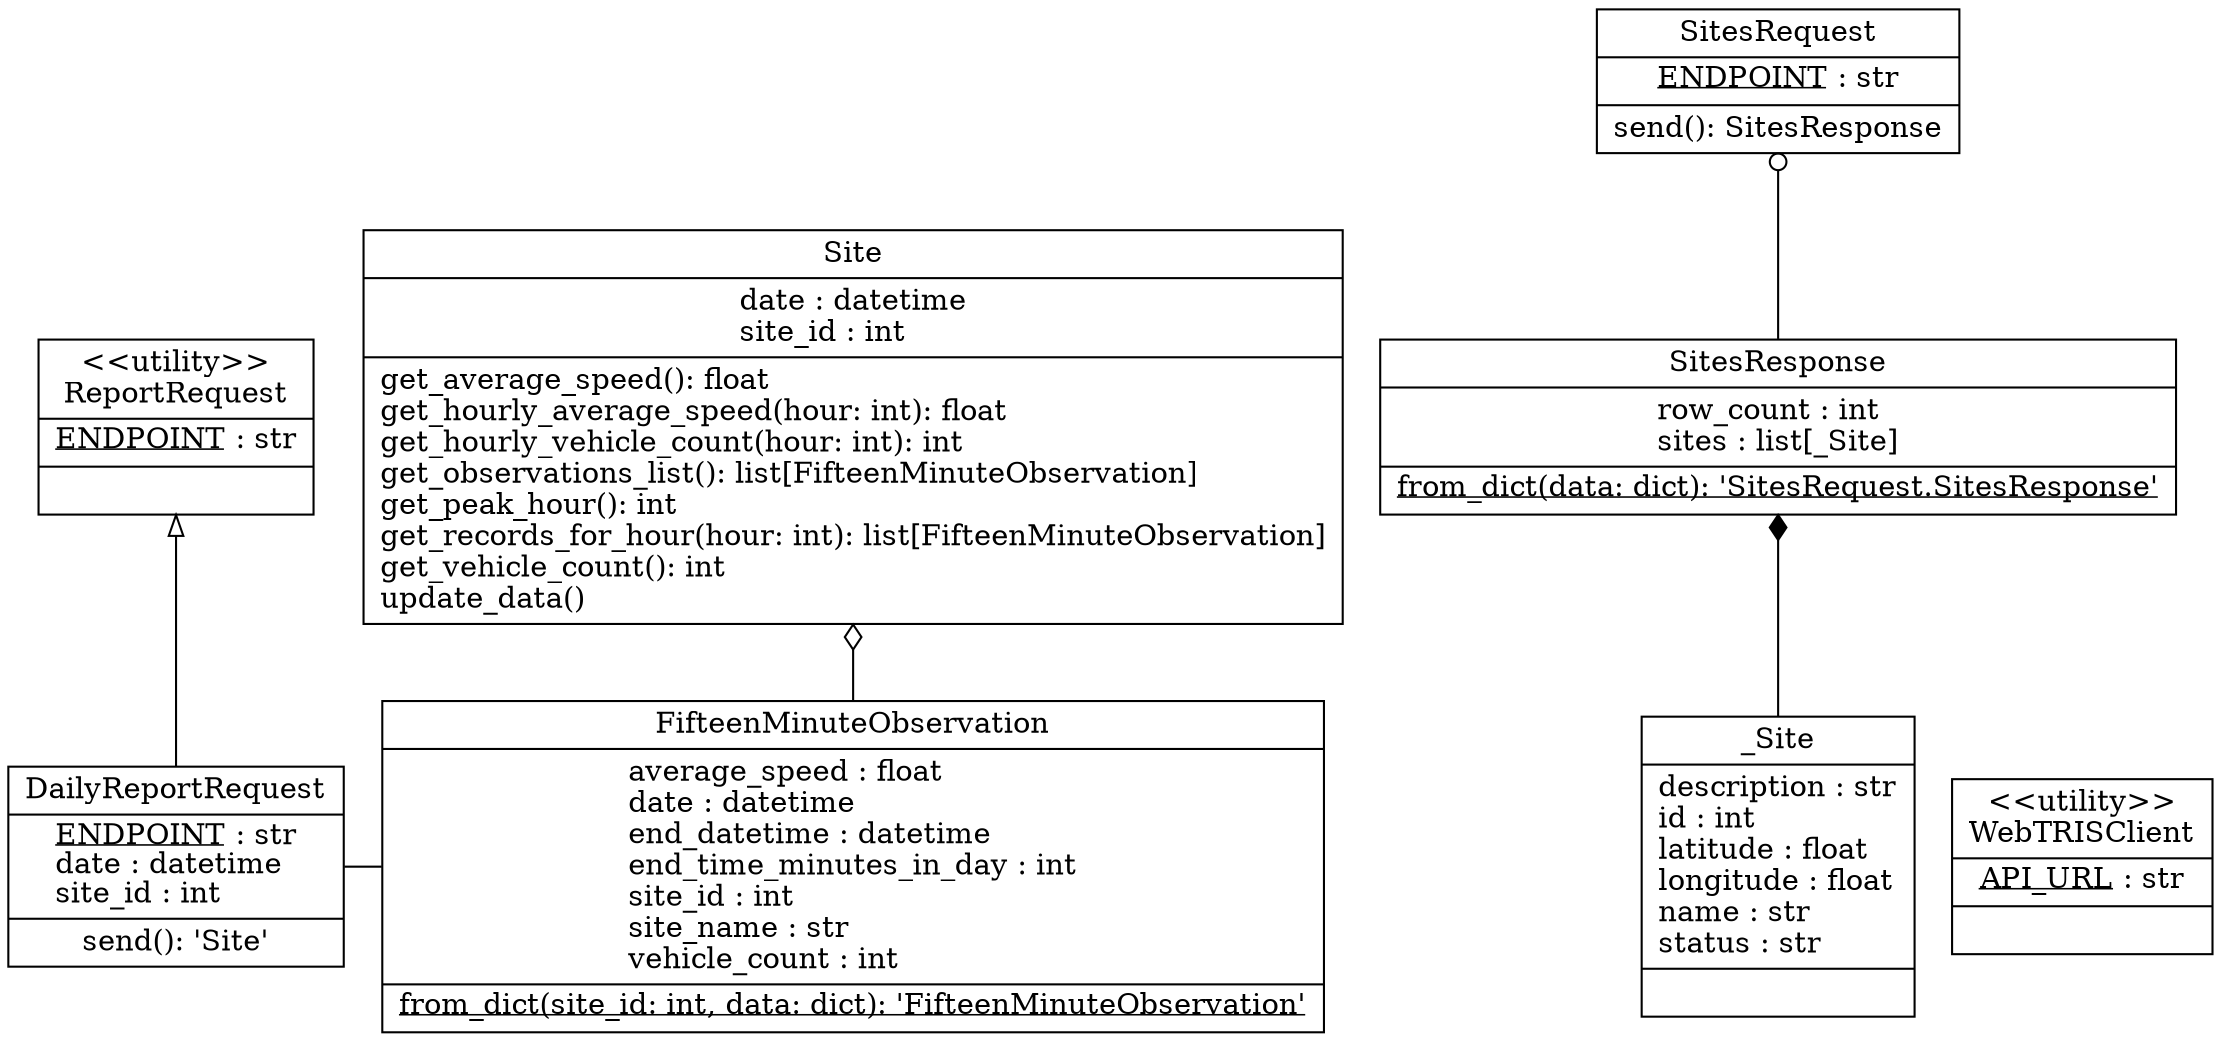
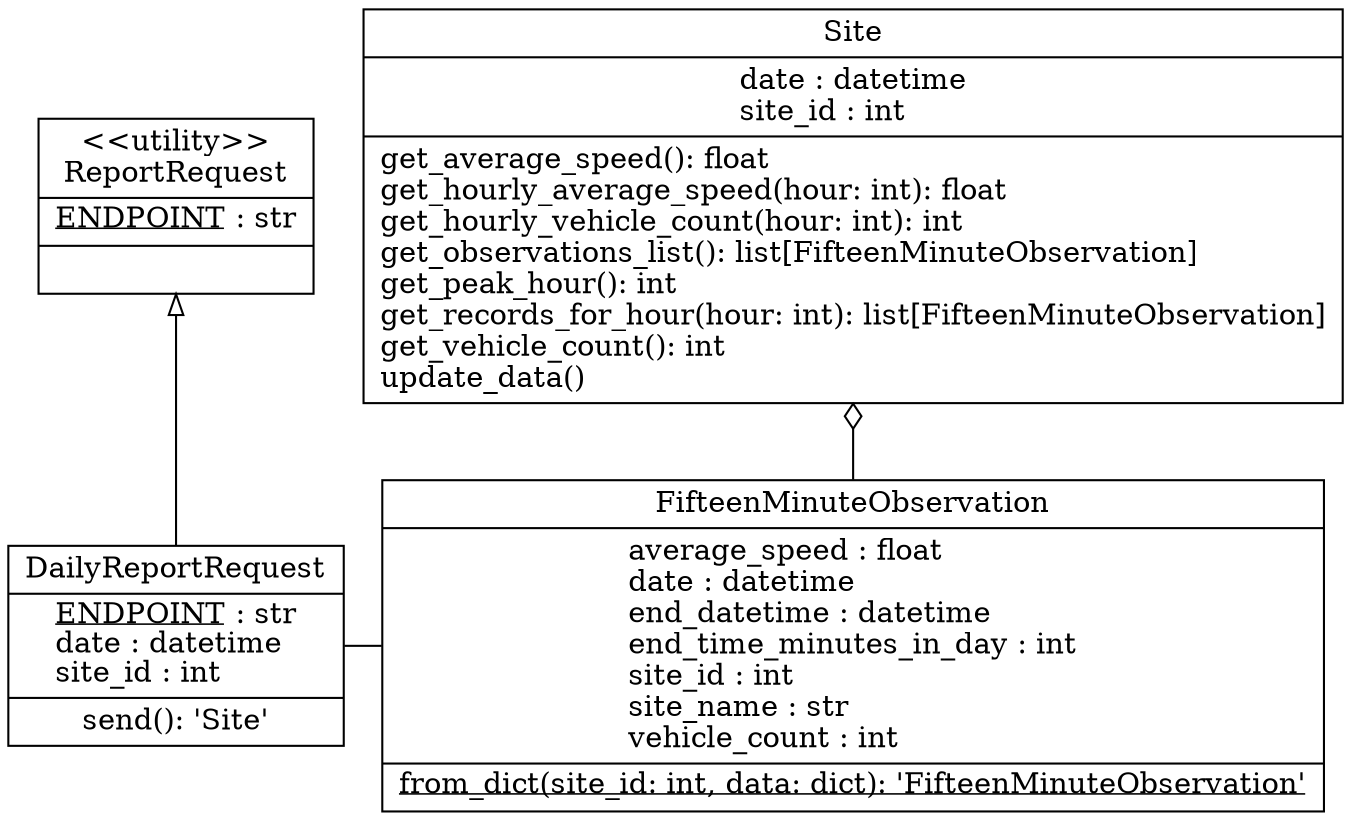
- digraph "classes" {
+ digraph "reports" {
rankdir=BT
charset="utf-8"
splines="ortho"
"webtris_client.DailyReportRequest" [color="black", fontcolor="black", label=<{DailyReportRequest|<U>ENDPOINT</U> : str<br ALIGN="LEFT"/>date : datetime<br ALIGN="LEFT"/>site_id : int<br ALIGN="LEFT"/>|send(): 'Site'<br ALIGN="LEFT"/>}>, shape="record", style="solid"];
"webtris_client.FifteenMinuteObservation" [color="black", fontcolor="black", label=<{FifteenMinuteObservation|average_speed : float<br ALIGN="LEFT"/>date : datetime<br ALIGN="LEFT"/>end_datetime : datetime<br ALIGN="LEFT"/>end_time_minutes_in_day : int<br ALIGN="LEFT"/>site_id : int<br ALIGN="LEFT"/>site_name : str<br ALIGN="LEFT"/>vehicle_count : int<br ALIGN="LEFT"/>|<U>from_dict(site_id: int, data: dict): 'FifteenMinuteObservation'</U><br ALIGN="LEFT"/>}>, shape="record", style="solid"];
"webtris_client.ReportRequest" [color="black", fontcolor="black", label=<{&lt;&lt;utility&gt;&gt;<br/>ReportRequest|<U>ENDPOINT</U> : str<br ALIGN="LEFT"/>|}>, shape="record", style="solid"];
"webtris_client.Site" [color="black", fontcolor="black", label=<{Site|date : datetime<br ALIGN="LEFT"/>site_id : int<br ALIGN="LEFT"/>|get_average_speed(): float<br ALIGN="LEFT"/>get_hourly_average_speed(hour: int): float<br ALIGN="LEFT"/>get_hourly_vehicle_count(hour: int): int<br ALIGN="LEFT"/>get_observations_list(): list[FifteenMinuteObservation]<br ALIGN="LEFT"/>get_peak_hour(): int<br ALIGN="LEFT"/>get_records_for_hour(hour: int): list[FifteenMinuteObservation]<br ALIGN="LEFT"/>get_vehicle_count(): int<br ALIGN="LEFT"/>update_data()<br ALIGN="LEFT"/>}>, shape="record", style="solid"];
- "webtris_client.SitesRequest" [color="black", fontcolor="black", label=<{SitesRequest|<U>ENDPOINT</U> : str<br ALIGN="LEFT"/>|send(): SitesResponse<br ALIGN="LEFT"/>}>, shape="record", style="solid"];
- "webtris_client.SitesRequest.SitesResponse" [color="black", fontcolor="black", label=<{SitesResponse|row_count : int<br ALIGN="LEFT"/>sites : list[_Site]<br ALIGN="LEFT"/>|<U>from_dict(data: dict): 'SitesRequest.SitesResponse'</U><br ALIGN="LEFT"/>}>, shape="record", style="solid"];
- "webtris_client.WebTRISClient" [color="black", fontcolor="black", label=<{&lt;&lt;utility&gt;&gt;<br/>WebTRISClient|<U>API_URL</U> : str<br ALIGN="LEFT"/>|}>, shape="record", style="solid"];
- "webtris_client.SitesRequest.SitesResponse._Site" [color="black", fontcolor="black", label=<{_Site|description : str<br ALIGN="LEFT"/>id : int<br ALIGN="LEFT"/>latitude : float<br ALIGN="LEFT"/>longitude : float<br ALIGN="LEFT"/>name : str<br ALIGN="LEFT"/>status : str<br ALIGN="LEFT"/>|}>, shape="record", style="solid"];
{rank=same; "webtris_client.DailyReportRequest"; "webtris_client.FifteenMinuteObservation"}
- "webtris_client.SitesRequest.SitesResponse._Site" -> "webtris_client.SitesRequest.SitesResponse" [arrowhead="diamond", arrowtail="none"];
"webtris_client.DailyReportRequest" -> "webtris_client.ReportRequest" [arrowhead="empty", arrowtail="none"];
- "webtris_client.SitesRequest.SitesResponse" -> "webtris_client.SitesRequest" [arrowhead="odot"]
"webtris_client.FifteenMinuteObservation" -> "webtris_client.Site" [arrowhead="odiamond"]
"webtris_client.DailyReportRequest" -> "webtris_client.FifteenMinuteObservation" [arrowhead="none", arrowtail="none", dir="both"]
}
+ 
+ 
+ digraph "sites" {
+     rankdir=TB
+     charset="utf-8"
+     splines="ortho"
+     subgraph cluster_SitesRequest {
+         label="SitesRequest"
+         color="black"
+         fontcolor="black"
+         style="solid"
+         "webtris_client.SitesRequest" [color="black", fontcolor="black",label=<{<U>ENDPOINT</U> : str<br ALIGN="LEFT"/>|send(): SitesResponse<br ALIGN="LEFT"/>}>,shape="record", style="solid"]
+         subgraph cluster_SitesResponse {
+             label="SitesResponse"
+             color="black"
+             fontcolor="black"
+             style="solid"
+             "webtris_client.SitesRequest.SitesResponse" [color="black", fontcolor="black",label=<{row_count : int<br ALIGN="LEFT"/>sites : list[_Site]<br ALIGN="LEFT"/>|<U>from_dict(data: dict): SitesResponse</U><br ALIGN="LEFT"/>}>,shape="record", style="solid"]
+             "webtris_client.SitesRequest.SitesResponse._Site" [color="black", fontcolor="black",label=<{_Site | description : str<br ALIGN="LEFT"/>id : int<br ALIGN="LEFT"/>latitude : float<br ALIGN="LEFT"/>longitude : float<br ALIGN="LEFT"/>name : str<br ALIGN="LEFT"/>status : str<br ALIGN="LEFT"/>|}>,shape="record", style="solid"]
+         }
+     }
+ 
+     "webtris_client.SitesRequest.SitesResponse._Site" -> "webtris_client.SitesRequest.SitesResponse" [
+         arrowhead="diamond", arrowtail="none"
+     ]
+ }
+ 
+ 
+ digraph "client" {
+ rankdir=BT
+ charset="utf-8"
+ splines="ortho"
+     "webtris_client.WebTRISClient" [color="black", fontcolor="black", label=<{&lt;&lt;utility&gt;&gt;<br/>WebTRISClient|<U>API_URL</U> : str<br ALIGN="LEFT"/>|}>, shape="record", style="solid"];
+ }
